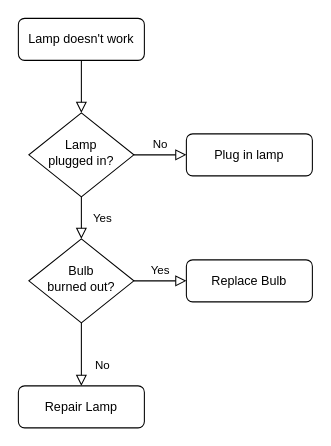
Earlier version of the draw.io diagram test.drawio (dadadahei/UML). Source tidied: cells renumbered, new cells numbered last; positions are measured from the earlier drawing's top-left corner, leaving out a move shared by most shapes. Both pictures are drawn from the tidied source at 105%, with x=0, y=0 at pixel (18, 18).
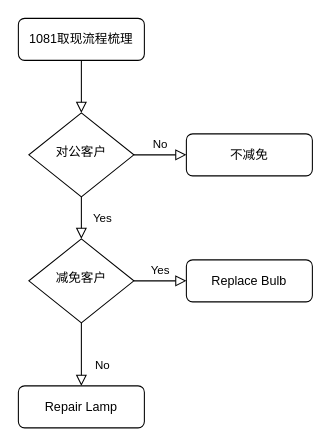
The same diagram, later.

The edit, as a diff of the source:
```diff
@@
 <mxGraphModel>
   <root>
     <mxCell id="0" />
     <mxCell id="1" parent="0" />
     <mxCell id="2" style="rounded=0;html=1;jettySize=auto;fontSize=11;endArrow=block;endFill=0;endSize=8;strokeWidth=1;shadow=0;labelBackgroundColor=none;edgeStyle=orthogonalEdgeStyle;" parent="1" edge="1" source="3" target="6">
       <mxGeometry relative="1" as="geometry" />
     </mxCell>
-    <mxCell id="3" value="Lamp doesn't work" style="rounded=1;whiteSpace=wrap;html=1;fontSize=12;glass=0;strokeWidth=1;shadow=0;" parent="1" vertex="1">
+    <mxCell id="3" value="1081取现流程梳理" style="rounded=1;whiteSpace=wrap;html=1;fontSize=12;glass=0;strokeWidth=1;shadow=0;" parent="1" vertex="1">
       <mxGeometry width="120" height="40" as="geometry" />
     </mxCell>
     <mxCell id="4" value="Yes" style="rounded=0;html=1;jettySize=auto;fontSize=11;endArrow=block;endFill=0;endSize=8;strokeWidth=1;shadow=0;labelBackgroundColor=none;edgeStyle=orthogonalEdgeStyle;" parent="1" edge="1" source="6" target="10">
       <mxGeometry y="20" relative="1" as="geometry" />
     </mxCell>
     <mxCell id="5" value="No" style="edgeStyle=orthogonalEdgeStyle;rounded=0;html=1;jettySize=auto;fontSize=11;endArrow=block;endFill=0;endSize=8;strokeWidth=1;shadow=0;labelBackgroundColor=none;" parent="1" edge="1" source="6" target="7">
       <mxGeometry y="10" relative="1" as="geometry" />
     </mxCell>
-    <mxCell id="6" value="Lamp&lt;br&gt;plugged in?" style="rhombus;whiteSpace=wrap;html=1;shadow=0;fontFamily=Helvetica;fontSize=12;align=center;strokeWidth=1;spacing=6;spacingTop=-4;" parent="1" vertex="1">
+    <mxCell id="6" value="对公客户" style="rhombus;whiteSpace=wrap;html=1;shadow=0;fontFamily=Helvetica;fontSize=12;align=center;strokeWidth=1;spacing=6;spacingTop=-4;" parent="1" vertex="1">
       <mxGeometry x="10" y="90" width="100" height="80" as="geometry" />
     </mxCell>
-    <mxCell id="7" value="Plug in lamp" style="rounded=1;whiteSpace=wrap;html=1;fontSize=12;glass=0;strokeWidth=1;shadow=0;" parent="1" vertex="1">
+    <mxCell id="7" value="不减免" style="rounded=1;whiteSpace=wrap;html=1;fontSize=12;glass=0;strokeWidth=1;shadow=0;" parent="1" vertex="1">
       <mxGeometry x="160" y="110" width="120" height="40" as="geometry" />
     </mxCell>
     <mxCell id="8" value="No" style="rounded=0;html=1;jettySize=auto;fontSize=11;endArrow=block;endFill=0;endSize=8;strokeWidth=1;shadow=0;labelBackgroundColor=none;edgeStyle=orthogonalEdgeStyle;" parent="1" edge="1" source="10" target="11">
       <mxGeometry x="0.33" y="20" relative="1" as="geometry" />
     </mxCell>
     <mxCell id="9" value="Yes" style="edgeStyle=orthogonalEdgeStyle;rounded=0;html=1;jettySize=auto;fontSize=11;endArrow=block;endFill=0;endSize=8;strokeWidth=1;shadow=0;labelBackgroundColor=none;" parent="1" edge="1" source="10" target="12">
       <mxGeometry y="10" relative="1" as="geometry" />
     </mxCell>
-    <mxCell id="10" value="Bulb&lt;br&gt;burned out?" style="rhombus;whiteSpace=wrap;html=1;shadow=0;fontFamily=Helvetica;fontSize=12;align=center;strokeWidth=1;spacing=6;spacingTop=-4;" parent="1" vertex="1">
+    <mxCell id="10" value="减免客户" style="rhombus;whiteSpace=wrap;html=1;shadow=0;fontFamily=Helvetica;fontSize=12;align=center;strokeWidth=1;spacing=6;spacingTop=-4;" parent="1" vertex="1">
       <mxGeometry x="10" y="210" width="100" height="80" as="geometry" />
     </mxCell>
     <mxCell id="11" value="Repair Lamp" style="rounded=1;whiteSpace=wrap;html=1;fontSize=12;glass=0;strokeWidth=1;shadow=0;" parent="1" vertex="1">
       <mxGeometry y="350" width="120" height="40" as="geometry" />
     </mxCell>
     <mxCell id="12" value="Replace Bulb" style="rounded=1;whiteSpace=wrap;html=1;fontSize=12;glass=0;strokeWidth=1;shadow=0;" parent="1" vertex="1">
       <mxGeometry x="160" y="230" width="120" height="40" as="geometry" />
     </mxCell>
   </root>
 </mxGraphModel>
```
